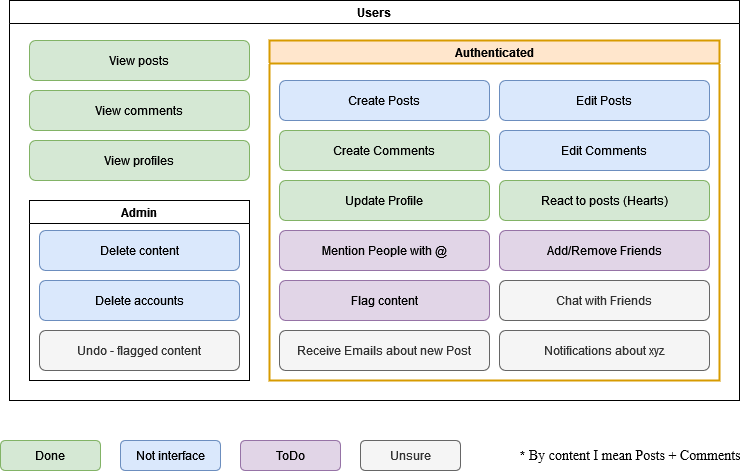
Above: docs/d_usecase.drawio.png in MKrabs/Blog (draw.io), before the change. Source tidied: cells renumbered, new cells last; positions are measured from the earlier drawing's top-left corner, leaving out a move shared by most shapes.
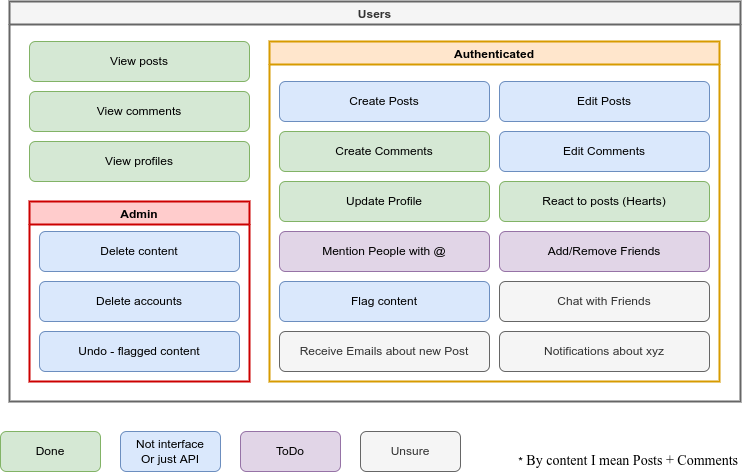
The same diagram one commit later.

Commit message:
feat(docs): Updated usecase for end of ASE

Diff of the diagram source:
```diff
@@ -2,8 +2,8 @@
   <root>
     <mxCell id="0" />
     <mxCell id="1" parent="0" />
-    <mxCell id="2" value="Users" style="swimlane;" parent="1" vertex="1">
-      <mxGeometry x="9" width="730" height="400" as="geometry" />
+    <mxCell id="2" value="Users" style="swimlane;fillColor=#f5f5f5;fontColor=#333333;strokeColor=#666666;strokeWidth=2;" parent="1" vertex="1">
+      <mxGeometry x="9" y="10" width="731" height="400" as="geometry" />
     </mxCell>
     <mxCell id="3" value="View posts" style="rounded=1;whiteSpace=wrap;html=1;fillColor=#d5e8d4;strokeColor=#82b366;" parent="2" vertex="1">
       <mxGeometry x="20" y="40" width="220" height="40" as="geometry" />
@@ -44,7 +44,7 @@
     <mxCell id="15" value="Chat with Friends" style="rounded=1;whiteSpace=wrap;html=1;fillColor=#f5f5f5;fontColor=#333333;strokeColor=#666666;" parent="6" vertex="1">
       <mxGeometry x="230" y="240" width="210" height="40" as="geometry" />
     </mxCell>
-    <mxCell id="16" value="Flag content" style="rounded=1;whiteSpace=wrap;html=1;fillColor=#e1d5e7;strokeColor=#9673a6;" parent="6" vertex="1">
+    <mxCell id="16" value="Flag content" style="rounded=1;whiteSpace=wrap;html=1;fillColor=#dae8fc;strokeColor=#6c8ebf;" parent="6" vertex="1">
       <mxGeometry x="10" y="240" width="210" height="40" as="geometry" />
     </mxCell>
     <mxCell id="17" value="Receive Emails about new Post" style="rounded=1;whiteSpace=wrap;html=1;fillColor=#f5f5f5;fontColor=#333333;strokeColor=#666666;" parent="6" vertex="1">
@@ -53,7 +53,7 @@
     <mxCell id="18" value="React to posts (Hearts)" style="rounded=1;whiteSpace=wrap;html=1;fillColor=#d5e8d4;strokeColor=#82b366;" parent="6" vertex="1">
       <mxGeometry x="230" y="140" width="210" height="40" as="geometry" />
     </mxCell>
-    <mxCell id="19" value="Admin" style="swimlane;startSize=23;strokeColor=#000000;" parent="2" vertex="1">
+    <mxCell id="19" value="Admin" style="swimlane;startSize=23;strokeColor=#CC0000;strokeWidth=2;perimeterSpacing=0;fillColor=#FFCCCC;" parent="2" vertex="1">
       <mxGeometry x="20" y="200" width="220" height="180" as="geometry" />
     </mxCell>
     <mxCell id="20" value="Delete content" style="rounded=1;whiteSpace=wrap;html=1;fillColor=#dae8fc;strokeColor=#6c8ebf;" parent="19" vertex="1">
@@ -62,23 +62,23 @@
     <mxCell id="21" value="Delete accounts" style="rounded=1;whiteSpace=wrap;html=1;fillColor=#dae8fc;strokeColor=#6c8ebf;" parent="19" vertex="1">
       <mxGeometry x="10" y="80" width="200" height="40" as="geometry" />
     </mxCell>
-    <mxCell id="22" value="Undo - flagged content" style="rounded=1;whiteSpace=wrap;html=1;fillColor=#f5f5f5;strokeColor=#666666;fontColor=#333333;" parent="19" vertex="1">
+    <mxCell id="22" value="Undo - flagged content" style="rounded=1;whiteSpace=wrap;html=1;fillColor=#dae8fc;strokeColor=#6c8ebf;" parent="19" vertex="1">
       <mxGeometry x="10" y="130" width="200" height="40" as="geometry" />
     </mxCell>
     <mxCell id="23" value="ToDo" style="rounded=1;whiteSpace=wrap;html=1;fillColor=#e1d5e7;strokeColor=#9673a6;" parent="1" vertex="1">
-      <mxGeometry x="240" y="440" width="100" height="30" as="geometry" />
+      <mxGeometry x="240" y="440" width="100" height="40" as="geometry" />
     </mxCell>
     <mxCell id="24" value="Done" style="rounded=1;whiteSpace=wrap;html=1;fillColor=#d5e8d4;strokeColor=#82b366;" parent="1" vertex="1">
-      <mxGeometry y="440" width="100" height="30" as="geometry" />
+      <mxGeometry y="440" width="100" height="40" as="geometry" />
     </mxCell>
     <mxCell id="25" value="Unsure" style="rounded=1;whiteSpace=wrap;html=1;fillColor=#f5f5f5;fontColor=#333333;strokeColor=#666666;" parent="1" vertex="1">
-      <mxGeometry x="360" y="440" width="100" height="30" as="geometry" />
+      <mxGeometry x="360" y="440" width="100" height="40" as="geometry" />
     </mxCell>
-    <mxCell id="26" value="Not interface" style="rounded=1;whiteSpace=wrap;html=1;fillColor=#dae8fc;strokeColor=#6c8ebf;" parent="1" vertex="1">
-      <mxGeometry x="120" y="440" width="100" height="30" as="geometry" />
+    <mxCell id="26" value="Not interface&lt;br&gt;Or just API" style="rounded=1;whiteSpace=wrap;html=1;fillColor=#dae8fc;strokeColor=#6c8ebf;" parent="1" vertex="1">
+      <mxGeometry x="120" y="440" width="100" height="40" as="geometry" />
     </mxCell>
-    <mxCell id="27" value="*&lt;font style=&quot;font-size: 14px;&quot; face=&quot;Times New Roman&quot;&gt; By content I mean Posts + Comments&lt;/font&gt;" style="text;html=1;align=center;verticalAlign=middle;strokeColor=none;fillColor=none;" parent="1" vertex="1">
-      <mxGeometry x="510" y="445" width="240" height="20" as="geometry" />
+    <mxCell id="27" value="*&lt;font style=&quot;font-size: 14px;&quot; face=&quot;Times New Roman&quot;&gt; By content I mean Posts + Comments&lt;/font&gt;" style="text;html=1;align=right;verticalAlign=middle;strokeColor=none;fillColor=none;" parent="1" vertex="1">
+      <mxGeometry x="499" y="460" width="240" height="20" as="geometry" />
     </mxCell>
   </root>
 </mxGraphModel>
```
